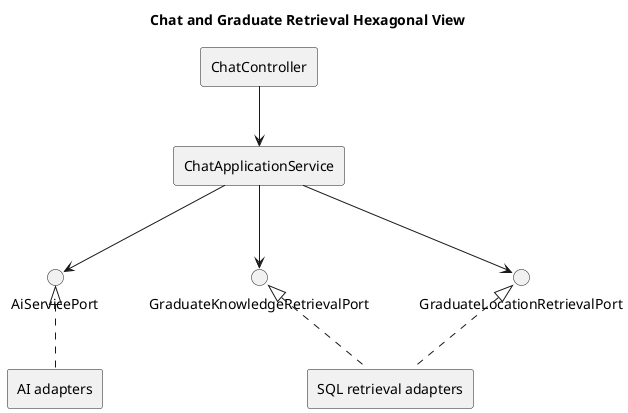
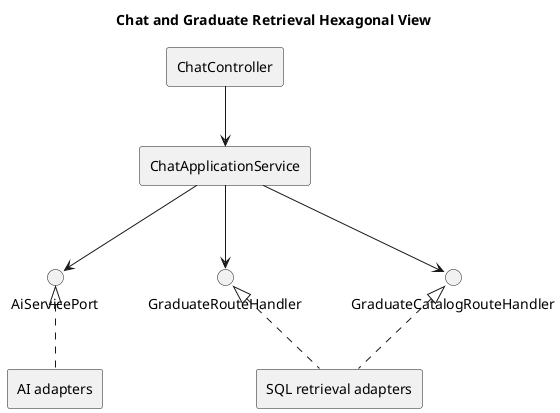
@startuml
title Chat and Graduate Retrieval Hexagonal View
rectangle "ChatController" as controller
rectangle "ChatApplicationService" as service
interface "AiServicePort" as aiport
- interface "GraduateKnowledgeRetrievalPort" as retrieval
- interface "GraduateLocationRetrievalPort" as location
+ interface "GraduateRouteHandler" as retrieval
+ interface "GraduateCatalogRouteHandler" as location
rectangle "AI adapters" as ai
rectangle "SQL retrieval adapters" as sql
controller --> service
service --> aiport
service --> retrieval
service --> location
aiport <|.. ai
retrieval <|.. sql
location <|.. sql
@enduml
